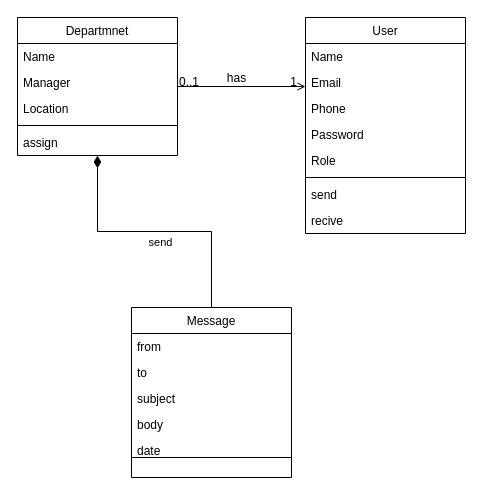
This is Simple Mail App.drawio from fasil712/UML_Diagram_Design, a draw.io file, before an edit. Source tidied: cells renumbered, new cells numbered last; positions are measured from the earlier drawing's top-left corner, leaving out a move shared by most shapes. Both pictures are drawn from the tidied source at 100%, with x=0, y=0 at pixel (17, 17).
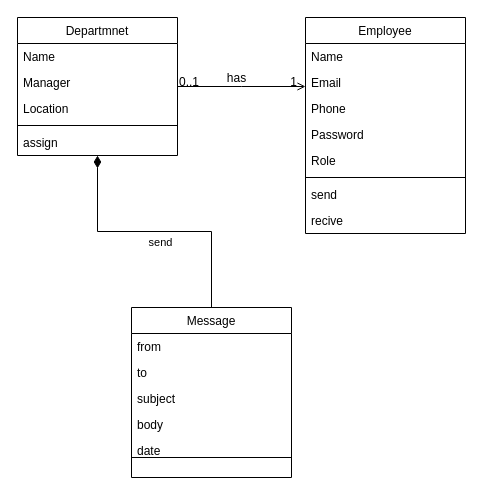
Above is the later version.

Change to the diagram source:
```diff
@@
-    <mxCell id="17" value="User" style="swimlane;fontStyle=0;align=center;verticalAlign=top;horizontal=1;startSize=26;rounded=0;shadow=0;strokeWidth=1;" parent="1" vertex="1">
+    <mxCell id="17" value="Employee" style="swimlane;fontStyle=0;align=center;verticalAlign=top;horizontal=1;startSize=26;rounded=0;shadow=0;strokeWidth=1;" parent="1" vertex="1">
       <mxGeometry x="288" width="160" height="216" as="geometry" />
     </mxCell>
```
